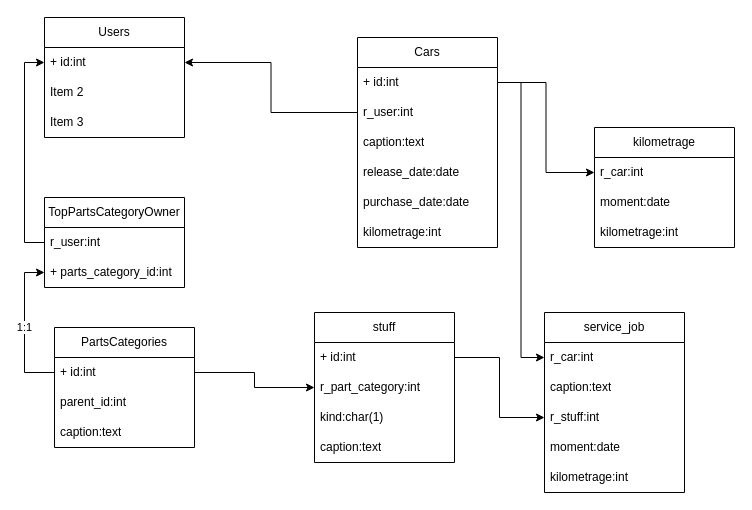
tkadm/- keeps this draw.io diagram as CarService.drawio. Above is the earlier version. Source tidied: cells renumbered, new cells numbered last; positions are measured from the earlier drawing's top-left corner, leaving out a move shared by most shapes. Both pictures are drawn from the tidied source at 100%, with x=0, y=0 at pixel (44, 17).
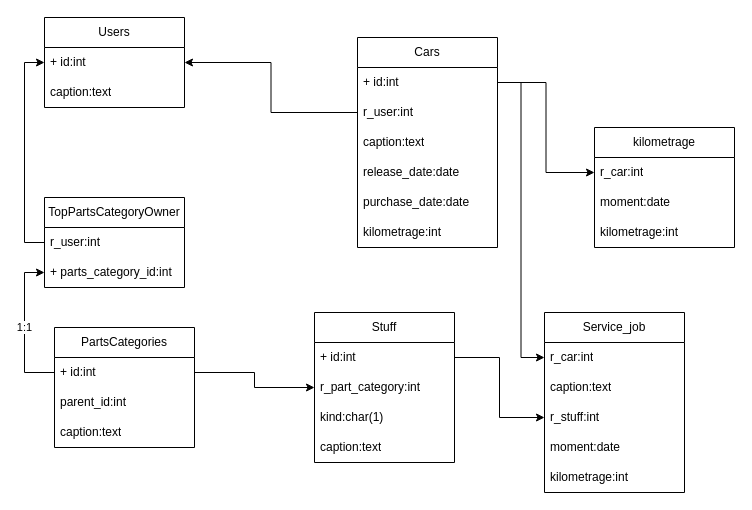
Above is the later version.

What changed in the source:
```diff
@@
     <mxCell id="2" value="Users" style="swimlane;fontStyle=0;horizontal=1;startSize=30;whiteSpace=wrap;html=1;" parent="1" vertex="1">
-      <mxGeometry width="140" height="120" as="geometry" />
+      <mxGeometry width="140" height="90" as="geometry" />
     </mxCell>
@@
-    <mxCell id="4" value="Item 2" style="text;strokeColor=none;fillColor=none;align=left;verticalAlign=middle;spacingLeft=4;spacingRight=4;overflow=hidden;whiteSpace=wrap;html=1;" parent="2" vertex="1">
+    <mxCell id="4" value="caption:text" style="text;strokeColor=none;fillColor=none;align=left;verticalAlign=middle;spacingLeft=4;spacingRight=4;overflow=hidden;whiteSpace=wrap;html=1;" parent="2" vertex="1">
       <mxGeometry y="60" width="140" height="30" as="geometry" />
     </mxCell>
-    <mxCell id="5" value="Item 3" style="text;strokeColor=none;fillColor=none;align=left;verticalAlign=middle;spacingLeft=4;spacingRight=4;overflow=hidden;whiteSpace=wrap;html=1;" parent="2" vertex="1">
-      <mxGeometry y="90" width="140" height="30" as="geometry" />
-    </mxCell>
@@
-    <mxCell id="23" value="stuff" style="swimlane;fontStyle=0;horizontal=1;startSize=30;whiteSpace=wrap;html=1;" parent="1" vertex="1">
+    <mxCell id="23" value="Stuff" style="swimlane;fontStyle=0;horizontal=1;startSize=30;whiteSpace=wrap;html=1;" parent="1" vertex="1">
       <mxGeometry x="270" y="295" width="140" height="150" as="geometry" />
     </mxCell>
@@
-    <mxCell id="29" value="service_job" style="swimlane;fontStyle=0;horizontal=1;startSize=30;whiteSpace=wrap;html=1;" parent="1" vertex="1">
+    <mxCell id="29" value="Service_job" style="swimlane;fontStyle=0;horizontal=1;startSize=30;whiteSpace=wrap;html=1;" parent="1" vertex="1">
       <mxGeometry x="500" y="295" width="140" height="180" as="geometry" />
     </mxCell>
```
